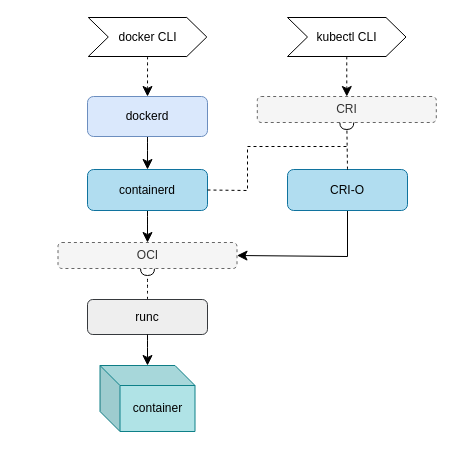
Before: assets/lecture-08/kubernetes/kubernetes-architecture.drawio in course-go/lectures, a draw.io diagram. Source tidied: cells renumbered, new cells numbered last; positions are measured from the earlier drawing's top-left corner, leaving out a move shared by most shapes. Both pictures are drawn from the tidied source at 100%, with x=0, y=0 at pixel (57, 17).
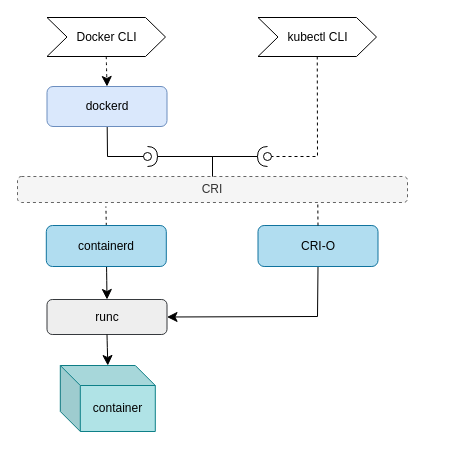
The same page after the edit.

Commit message (it also covers changes not shown here):
lecture-08: update docker and kubernetes architecture diagrams

Change to the diagram source:
```diff
@@
-    <mxCell id="2" style="edgeStyle=none;curved=1;rounded=0;jettySize=auto;html=1;entryX=0.5;entryY=0;entryDx=0;entryDy=0;fontSize=12;startSize=8;endSize=8;" parent="1" edge="1" source="3" target="6">
-      <mxGeometry relative="1" as="geometry" />
-    </mxCell>
+    <mxCell id="13" style="edgeStyle=none;curved=0;rounded=0;jettySize=auto;html=1;exitX=0.5;exitY=1;exitDx=0;exitDy=0;fontSize=12;startSize=8;endSize=8;dashed=1;endArrow=oval;endFill=0;" parent="1" edge="1" source="14">
+      <mxGeometry relative="1" as="geometry">
+        <mxPoint x="210" y="139" as="targetPoint" />
+        <Array as="points">
+          <mxPoint x="260" y="139" />
+        </Array>
+      </mxGeometry>
+    </mxCell>
+    <mxCell id="14" value="kubectl CLI" style="shape=step;perimeter=stepPerimeter;whiteSpace=wrap;html=1;fixedSize=1;" parent="1" vertex="1">
+      <mxGeometry x="200.5" width="118.5" height="39" as="geometry" />
+    </mxCell>
+    <mxCell id="20" style="edgeStyle=none;curved=0;rounded=0;jettySize=auto;html=1;exitX=0.5;exitY=1;exitDx=0;exitDy=0;entryX=1;entryY=0.5;entryDx=0;entryDy=0;fontSize=12;startSize=8;endSize=8;" parent="1" edge="1" source="17" target="8">
+      <mxGeometry relative="1" as="geometry">
+        <Array as="points">
+          <mxPoint x="260" y="299" />
+        </Array>
+      </mxGeometry>
+    </mxCell>
+    <mxCell id="17" value="CRI-O" style="rounded=1;whiteSpace=wrap;html=1;fillColor=#b1ddf0;strokeColor=#10739e;" parent="1" vertex="1">
+      <mxGeometry x="200.5" y="208" width="120" height="41" as="geometry" />
+    </mxCell>
+    <mxCell id="21" style="edgeStyle=none;curved=0;rounded=0;jettySize=auto;html=1;fontSize=12;startSize=8;endSize=8;endArrow=oval;endFill=0;" parent="1" edge="1" source="3">
+      <mxGeometry relative="1" as="geometry">
+        <mxPoint x="90" y="139" as="targetPoint" />
+        <Array as="points">
+          <mxPoint x="50" y="139" />
+        </Array>
+      </mxGeometry>
+    </mxCell>
     <mxCell id="3" value="dockerd" style="rounded=1;whiteSpace=wrap;html=1;fillColor=#dae8fc;strokeColor=#6c8ebf;" parent="1" vertex="1">
-      <mxGeometry x="30" y="79" width="120" height="40" as="geometry" />
+      <mxGeometry x="-10.5" y="69" width="120" height="40" as="geometry" />
     </mxCell>
-    <mxCell id="4" style="edgeStyle=none;curved=1;rounded=0;jettySize=auto;html=1;entryX=0.5;entryY=0;entryDx=0;entryDy=0;fontSize=12;startSize=8;endSize=8;dashed=1;exitX=0.5;exitY=1;exitDx=0;exitDy=0;" parent="1" edge="1" source="12" target="3">
-      <mxGeometry relative="1" as="geometry" />
-    </mxCell>
-    <mxCell id="5" style="edgeStyle=none;curved=1;rounded=0;jettySize=auto;html=1;entryX=0.5;entryY=0;entryDx=0;entryDy=0;fontSize=12;startSize=8;endSize=8;" parent="1" edge="1" source="6" target="9">
-      <mxGeometry relative="1" as="geometry" />
-    </mxCell>
+    <mxCell id="22" style="edgeStyle=none;curved=1;rounded=0;jettySize=auto;html=1;entryX=0.5;entryY=0;entryDx=0;entryDy=0;fontSize=12;startSize=8;endSize=8;dashed=1;exitX=0.5;exitY=1;exitDx=0;exitDy=0;" parent="1" edge="1" source="27" target="3">
+      <mxGeometry relative="1" as="geometry" />
+    </mxCell>
+    <mxCell id="23" style="edgeStyle=none;curved=1;rounded=0;jettySize=auto;html=1;entryX=0.5;entryY=0;entryDx=0;entryDy=0;fontSize=12;startSize=8;endSize=8;" parent="1" edge="1" source="6" target="8">
+      <mxGeometry relative="1" as="geometry" />
+    </mxCell>
+    <mxCell id="24" style="edgeStyle=none;curved=1;rounded=0;jettySize=auto;html=1;exitX=0.5;exitY=0;exitDx=0;exitDy=0;fontSize=12;startSize=8;endSize=8;dashed=1;endArrow=none;endFill=0;" parent="1" edge="1" source="6">
+      <mxGeometry relative="1" as="geometry">
+        <mxPoint x="48.4" y="189" as="targetPoint" />
+      </mxGeometry>
+    </mxCell>
     <mxCell id="6" value="containerd" style="rounded=1;whiteSpace=wrap;html=1;fillColor=#b1ddf0;strokeColor=#10739e;" parent="1" vertex="1">
-      <mxGeometry x="30" y="152" width="120" height="41" as="geometry" />
+      <mxGeometry x="-11.2" y="208" width="120" height="41" as="geometry" />
     </mxCell>
-    <mxCell id="7" style="edgeStyle=none;curved=1;rounded=0;jettySize=auto;html=1;exitX=0.5;exitY=0;exitDx=0;exitDy=0;entryX=0.5;entryY=1;entryDx=0;entryDy=0;fontSize=12;startSize=8;endSize=5;dashed=1;endArrow=halfCircle;endFill=0;" parent="1" edge="1" source="8" target="9">
-      <mxGeometry relative="1" as="geometry" />
-    </mxCell>
     <mxCell id="8" value="runc" style="rounded=1;whiteSpace=wrap;html=1;fillColor=#eeeeee;strokeColor=#36393d;" parent="1" vertex="1">
-      <mxGeometry x="30" y="282" width="120" height="35" as="geometry" />
+      <mxGeometry x="-10.5" y="282" width="120" height="35" as="geometry" />
     </mxCell>
-    <mxCell id="9" value="OCI" style="rounded=1;whiteSpace=wrap;html=1;fillColor=#f5f5f5;strokeColor=#666666;dashed=1;fontColor=#333333;" parent="1" vertex="1">
-      <mxGeometry x="0.5" y="225" width="179" height="26" as="geometry" />
-    </mxCell>
+    <mxCell id="25" style="edgeStyle=none;curved=1;rounded=0;orthogonalLoop=1;jettySize=auto;html=1;fontSize=12;startSize=8;endSize=8;endArrow=halfCircle;endFill=0;" parent="1" edge="1">
+      <mxGeometry relative="1" as="geometry">
+        <mxPoint x="48.8" y="129" as="sourcePoint" />
+        <mxPoint x="49.2" y="129" as="targetPoint" />
+      </mxGeometry>
+    </mxCell>
+    <mxCell id="26" style="edgeStyle=none;curved=0;rounded=0;jettySize=auto;html=1;exitX=0.5;exitY=0;exitDx=0;exitDy=0;fontSize=12;startSize=8;endSize=8;endArrow=halfCircle;endFill=0;" parent="1" edge="1" source="15">
+      <mxGeometry relative="1" as="geometry">
+        <mxPoint x="90" y="139" as="targetPoint" />
+        <Array as="points">
+          <mxPoint x="155" y="139" />
+        </Array>
+      </mxGeometry>
+    </mxCell>
+    <mxCell id="15" value="CRI" style="rounded=1;whiteSpace=wrap;html=1;fillColor=#f5f5f5;strokeColor=#666666;dashed=1;fontColor=#333333;" parent="1" vertex="1">
+      <mxGeometry x="-40" y="159" width="390" height="26" as="geometry" />
+    </mxCell>
     <mxCell id="10" value="container" style="shape=cube;whiteSpace=wrap;html=1;boundedLbl=1;backgroundOutline=1;darkOpacity=0.05;darkOpacity2=0.1;fillColor=#b0e3e6;strokeColor=#0e8088;" parent="1" vertex="1">
-      <mxGeometry x="42.5" y="348" width="95" height="66" as="geometry" />
+      <mxGeometry x="2.8" y="348" width="95" height="66" as="geometry" />
     </mxCell>
@@
-    <mxCell id="12" value="docker CLI" style="shape=step;perimeter=stepPerimeter;whiteSpace=wrap;html=1;fixedSize=1;" parent="1" vertex="1">
-      <mxGeometry x="30.8" width="118.5" height="39" as="geometry" />
-    </mxCell>
-    <mxCell id="13" style="edgeStyle=none;curved=1;rounded=0;jettySize=auto;html=1;exitX=0.5;exitY=1;exitDx=0;exitDy=0;entryX=0.5;entryY=0;entryDx=0;entryDy=0;fontSize=12;startSize=8;endSize=8;dashed=1;" parent="1" edge="1" source="14" target="15">
-      <mxGeometry relative="1" as="geometry" />
-    </mxCell>
-    <mxCell id="14" value="kubectl CLI" style="shape=step;perimeter=stepPerimeter;whiteSpace=wrap;html=1;fixedSize=1;" parent="1" vertex="1">
-      <mxGeometry x="230" width="118.5" height="39" as="geometry" />
-    </mxCell>
-    <mxCell id="15" value="CRI" style="rounded=1;whiteSpace=wrap;html=1;fillColor=#f5f5f5;strokeColor=#666666;dashed=1;fontColor=#333333;" parent="1" vertex="1">
-      <mxGeometry x="199.8" y="79" width="179" height="26" as="geometry" />
-    </mxCell>
-    <mxCell id="16" style="edgeStyle=none;curved=0;rounded=0;jettySize=auto;html=1;entryX=1;entryY=0.5;entryDx=0;entryDy=0;fontSize=12;startSize=8;endSize=8;" parent="1" edge="1" source="17" target="9">
-      <mxGeometry relative="1" as="geometry">
-        <Array as="points">
-          <mxPoint x="290" y="239" />
-        </Array>
-      </mxGeometry>
-    </mxCell>
-    <mxCell id="17" value="CRI-O" style="rounded=1;whiteSpace=wrap;html=1;fillColor=#b1ddf0;strokeColor=#10739e;" parent="1" vertex="1">
-      <mxGeometry x="230" y="152" width="120" height="41" as="geometry" />
-    </mxCell>
+    <mxCell id="27" value="Docker CLI" style="shape=step;perimeter=stepPerimeter;whiteSpace=wrap;html=1;fixedSize=1;" parent="1" vertex="1">
+      <mxGeometry x="-10.5" width="118.5" height="39" as="geometry" />
+    </mxCell>
+    <mxCell id="28" style="edgeStyle=none;curved=0;rounded=0;jettySize=auto;html=1;exitX=0.5;exitY=0;exitDx=0;exitDy=0;fontSize=12;startSize=8;endSize=8;endArrow=halfCircle;endFill=0;" parent="1" edge="1" source="15">
+      <mxGeometry relative="1" as="geometry">
+        <mxPoint x="210" y="139" as="targetPoint" />
+        <Array as="points">
+          <mxPoint x="155" y="139" />
+        </Array>
+      </mxGeometry>
+    </mxCell>
-    <mxCell id="18" style="edgeStyle=none;curved=1;rounded=0;jettySize=auto;html=1;exitX=0.5;exitY=0;exitDx=0;exitDy=0;entryX=0.5;entryY=1;entryDx=0;entryDy=0;fontSize=12;startSize=8;endSize=5;dashed=1;endArrow=halfCircle;endFill=0;" parent="1" edge="1" source="17" target="15">
+    <mxCell id="18" style="edgeStyle=none;curved=0;rounded=0;jettySize=auto;html=1;exitX=0.5;exitY=0;exitDx=0;exitDy=0;entryX=0.77;entryY=1.009;entryDx=0;entryDy=0;entryPerimeter=0;fontSize=12;startSize=8;endSize=8;dashed=1;endArrow=none;endFill=0;" parent="1" edge="1" source="17" target="15">
       <mxGeometry relative="1" as="geometry" />
     </mxCell>
-    <mxCell id="19" style="edgeStyle=none;curved=0;rounded=0;jettySize=auto;html=1;exitX=1;exitY=0.5;exitDx=0;exitDy=0;fontSize=12;startSize=8;endSize=5;dashed=1;endArrow=none;endFill=0;" parent="1" edge="1" source="6">
-      <mxGeometry relative="1" as="geometry">
-        <mxPoint x="290" y="129" as="targetPoint" />
-        <Array as="points">
-          <mxPoint x="190" y="173" />
-          <mxPoint x="190" y="129" />
-        </Array>
-      </mxGeometry>
-    </mxCell>
```
